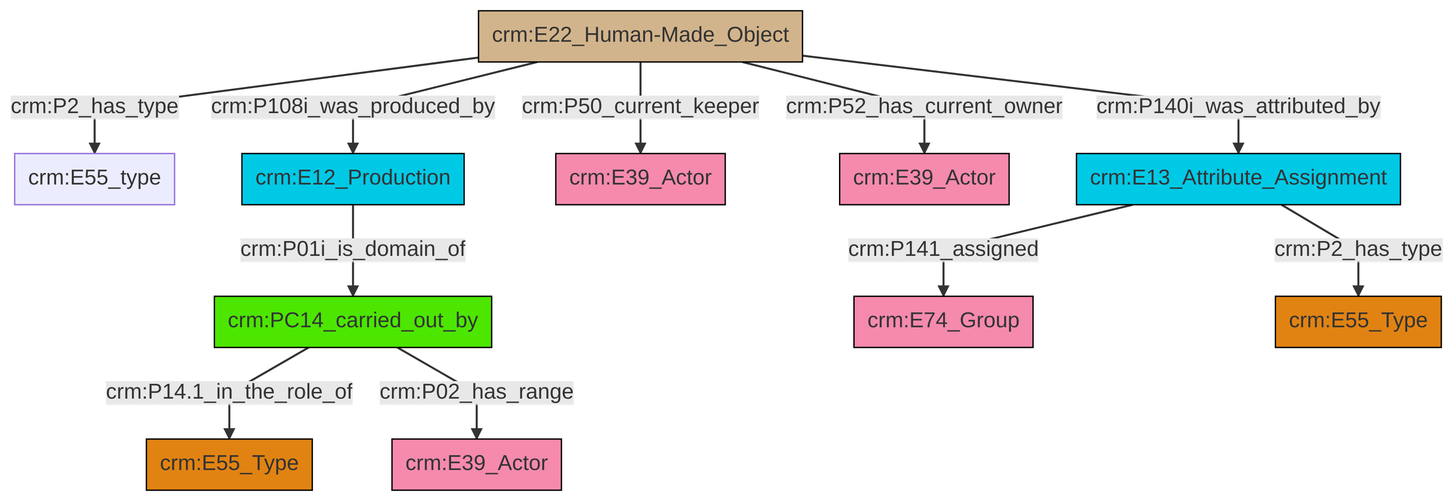
The Mermaid diagram et/artworkCSV/ttl/mmd/png/Artwork_Actor_Relations.png in swiss-art-research-net/reference-data-models, before a commit. Its source is kept beside it as et/artworkCSV/ttl/mmd/Artwork_Actor_Relations.ttl.mmd.
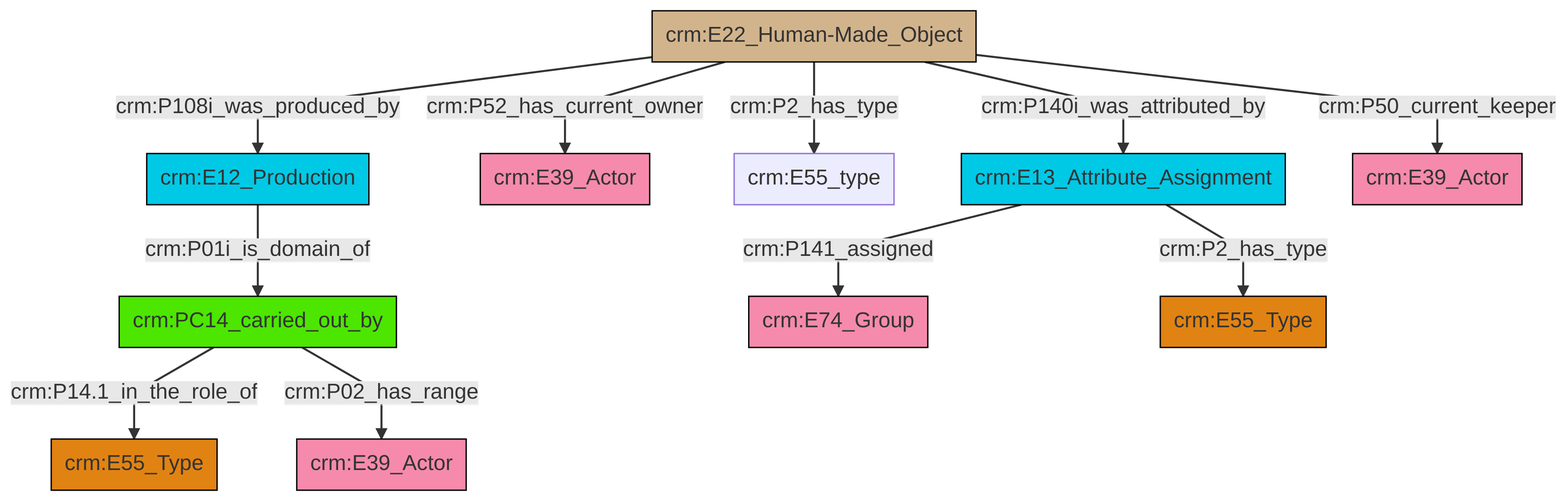
Later version of the same file.

Diff of the diagram source:
```diff
@@ -13,13 +13,13 @@
 classDef PC_Classes fill:#4ce600, stroke:#000000;
 classDef Multi fill:#cccccc,stroke:#000000;
 
-0["crm:E22_Human-Made_Object"]:::Physical_Thing -->|crm:P2_has_type| 1["crm:E55_type"]:::Default
-0["crm:E22_Human-Made_Object"]:::Physical_Thing -->|crm:P108i_was_produced_by| 2["crm:E12_Production"]:::Temporal_Entity
-0["crm:E22_Human-Made_Object"]:::Physical_Thing -->|crm:P50_current_keeper| 3["crm:E39_Actor"]:::Actor
-2["crm:E12_Production"]:::Temporal_Entity -->|crm:P01i_is_domain_of| 6["crm:PC14_carried_out_by"]:::PC_Classes
-6["crm:PC14_carried_out_by"]:::PC_Classes -->|crm:P14.1_in_the_role_of| 7["crm:E55_Type"]:::Type
-15["crm:E13_Attribute_Assignment"]:::Temporal_Entity -->|crm:P141_assigned| 9["crm:E74_Group"]:::Actor
-0["crm:E22_Human-Made_Object"]:::Physical_Thing -->|crm:P52_has_current_owner| 17["crm:E39_Actor"]:::Actor
-15["crm:E13_Attribute_Assignment"]:::Temporal_Entity -->|crm:P2_has_type| 4["crm:E55_Type"]:::Type
-6["crm:PC14_carried_out_by"]:::PC_Classes -->|crm:P02_has_range| 13["crm:E39_Actor"]:::Actor
-0["crm:E22_Human-Made_Object"]:::Physical_Thing -->|crm:P140i_was_attributed_by| 15["crm:E13_Attribute_Assignment"]:::Temporal_Entity
+0["crm:E22_Human-Made_Object"]:::Physical_Thing -->|crm:P108i_was_produced_by| 1["crm:E12_Production"]:::Temporal_Entity
+0["crm:E22_Human-Made_Object"]:::Physical_Thing -->|crm:P52_has_current_owner| 2["crm:E39_Actor"]:::Actor
+3["crm:PC14_carried_out_by"]:::PC_Classes -->|crm:P14.1_in_the_role_of| 4["crm:E55_Type"]:::Type
+0["crm:E22_Human-Made_Object"]:::Physical_Thing -->|crm:P2_has_type| 5["crm:E55_type"]:::Default
+9["crm:E13_Attribute_Assignment"]:::Temporal_Entity -->|crm:P141_assigned| 6["crm:E74_Group"]:::Actor
+1["crm:E12_Production"]:::Temporal_Entity -->|crm:P01i_is_domain_of| 3["crm:PC14_carried_out_by"]:::PC_Classes
+9["crm:E13_Attribute_Assignment"]:::Temporal_Entity -->|crm:P2_has_type| 13["crm:E55_Type"]:::Type
+0["crm:E22_Human-Made_Object"]:::Physical_Thing -->|crm:P50_current_keeper| 10["crm:E39_Actor"]:::Actor
+3["crm:PC14_carried_out_by"]:::PC_Classes -->|crm:P02_has_range| 20["crm:E39_Actor"]:::Actor
+0["crm:E22_Human-Made_Object"]:::Physical_Thing -->|crm:P140i_was_attributed_by| 9["crm:E13_Attribute_Assignment"]:::Temporal_Entity
```
